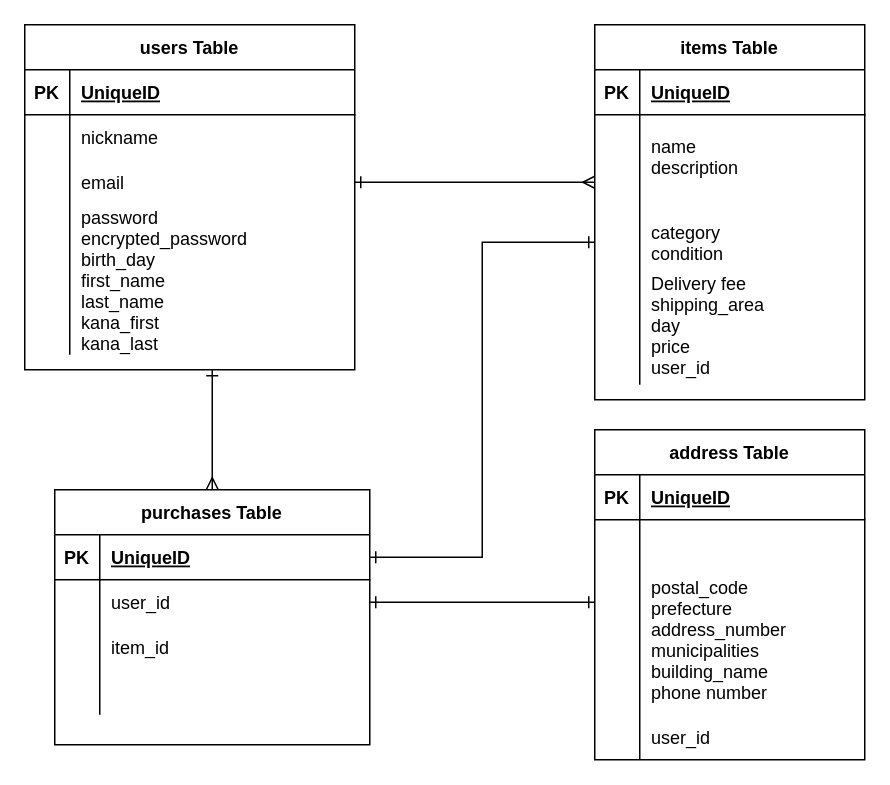
This is test.dio from tyanyu0614/furima-31671, a draw.io file, before an edit. Source tidied: cells renumbered, new cells numbered last; positions are measured from the earlier drawing's top-left corner, leaving out a move shared by most shapes. Both pictures are drawn from the tidied source at 150%, with x=0, y=0 at pixel (24, 24).
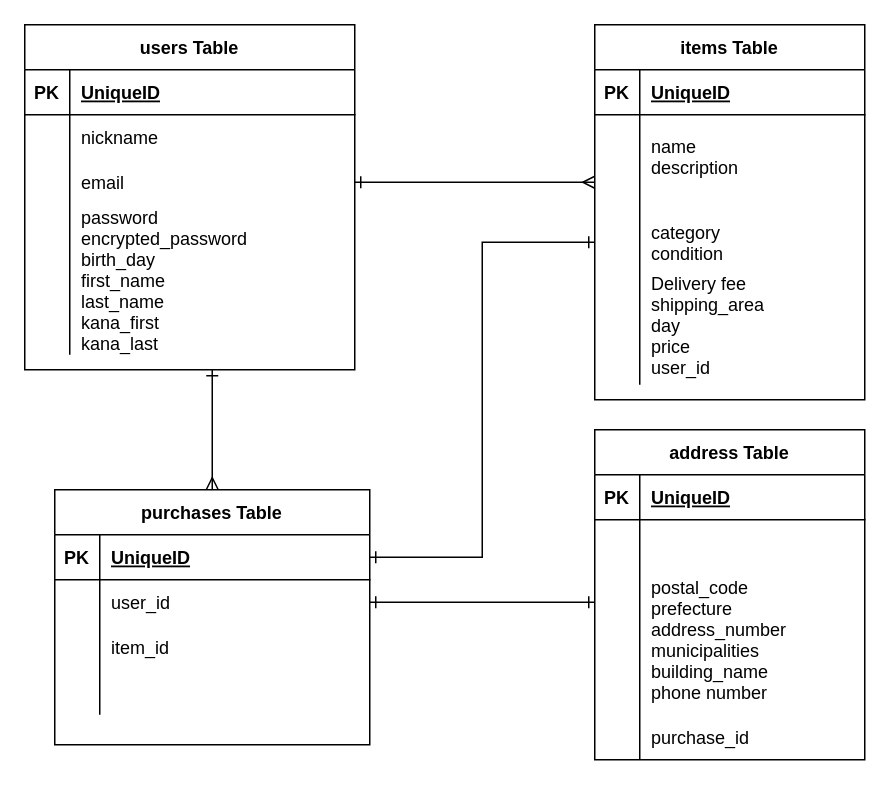
Above is the later version.

Unchanged cells that the change refers to:
```xml
<mxCell id="13" style="shape=partialRectangle;fillColor=none;top=0;left=0;bottom=0;right=0;" parent="3" vertex="1">
  <mxGeometry y="190" width="180" height="30" as="geometry" />
</mxCell>
```

Change to the diagram source:
```diff
@@
-    <mxCell id="15" value="user_id" style="shape=partialRectangle;fillColor=none;top=0;left=0;bottom=0;right=0;align=left;spacingLeft=6;overflow=hidden;" parent="13" vertex="1">
+    <mxCell id="15" value="purchase_id" style="shape=partialRectangle;fillColor=none;top=0;left=0;bottom=0;right=0;align=left;spacingLeft=6;overflow=hidden;" parent="13" vertex="1">
       <mxGeometry x="30" width="150" height="30" as="geometry" />
     </mxCell>
```
